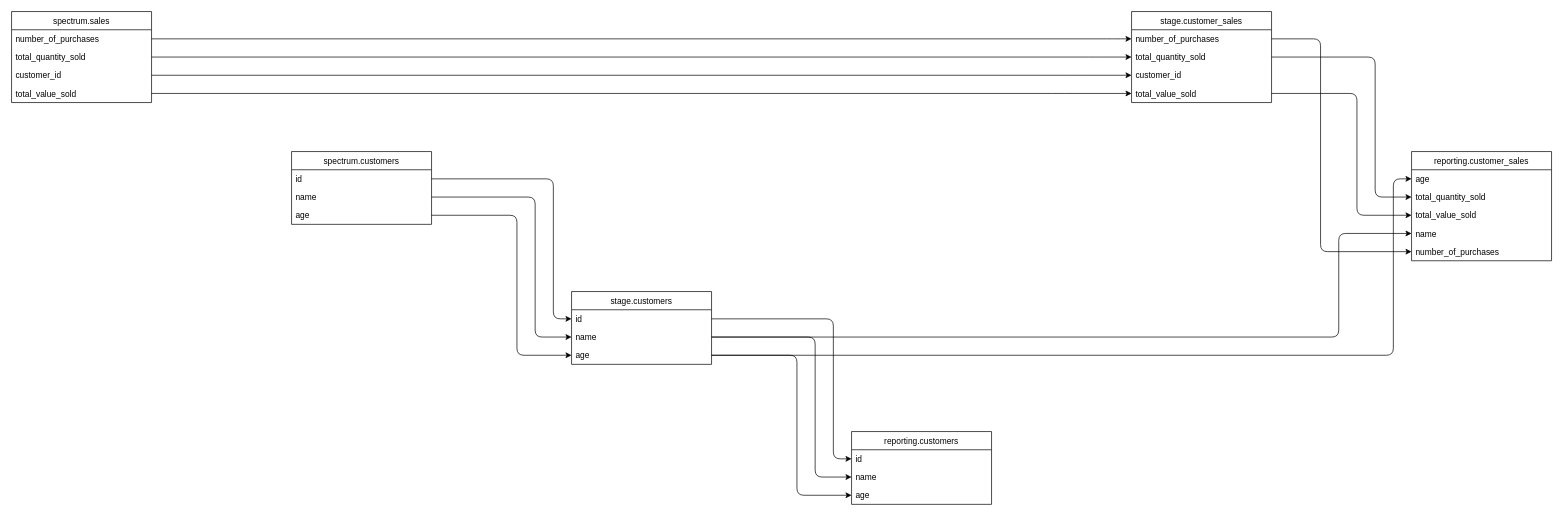
domherriott/sqlinks keeps this draw.io diagram as outputs/output.drawio. Above is the earlier version. Source tidied: cells renumbered, new cells numbered last; positions are measured from the earlier drawing's top-left corner, leaving out a move shared by most shapes. Both pictures are drawn from the tidied source at 70%, with x=0, y=0 at pixel (11, 11).
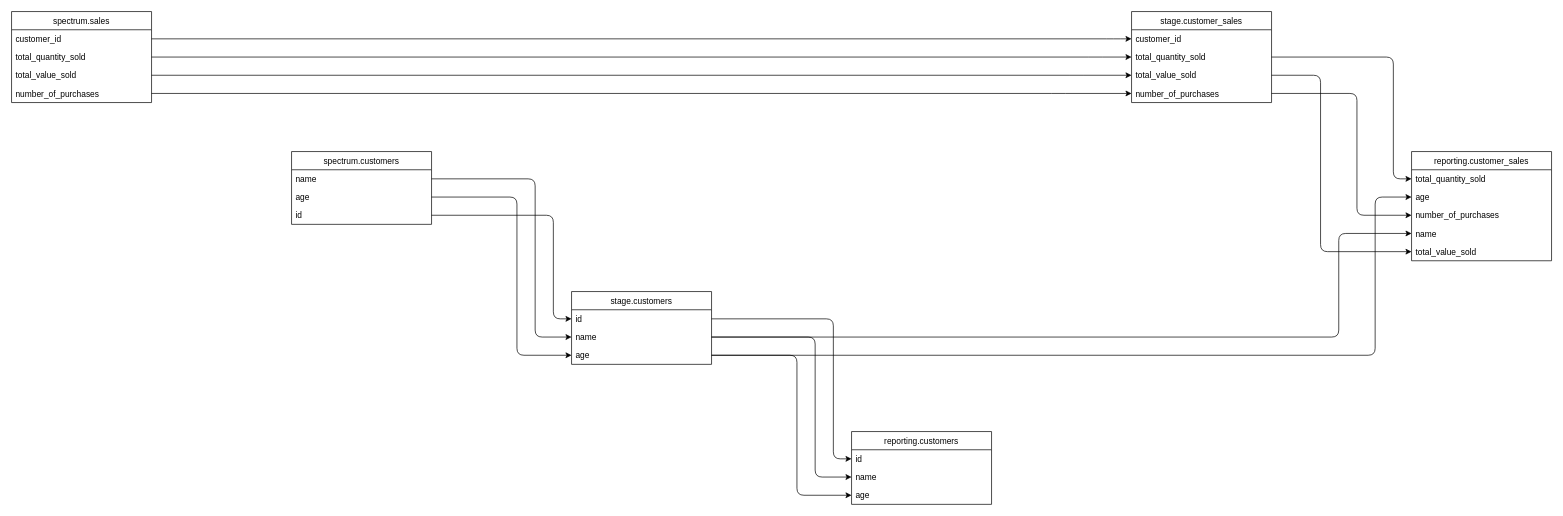
Above is the later version.

The change refers to these unchanged cells:
```xml
<mxCell id="10" value="id" style="text;strokeColor=none;fillColor=none;align=left;verticalAlign=top;spacingLeft=4;spacingRight=4;overflow=hidden;points=[[0,0.5],[1,0.5]];portConstraint=eastwest;" parent="9" vertex="1">
  <mxGeometry y="26" width="200" height="26" as="geometry" />
</mxCell>
<mxCell id="12" value="name" style="text;strokeColor=none;fillColor=none;align=left;verticalAlign=top;spacingLeft=4;spacingRight=4;overflow=hidden;points=[[0,0.5],[1,0.5]];portConstraint=eastwest;" parent="9" vertex="1">
  <mxGeometry y="52" width="200" height="26" as="geometry" />
</mxCell>
<mxCell id="14" value="age" style="text;strokeColor=none;fillColor=none;align=left;verticalAlign=top;spacingLeft=4;spacingRight=4;overflow=hidden;points=[[0,0.5],[1,0.5]];portConstraint=eastwest;" parent="9" vertex="1">
  <mxGeometry y="78" width="200" height="26" as="geometry" />
</mxCell>
<mxCell id="16" value="stage.customer_sales" style="swimlane;fontStyle=0;horizontal=1;startSize=26;fillColor=none;" parent="1" vertex="1">
  <mxGeometry x="1600" width="200" height="130" as="geometry" />
</mxCell>
<mxCell id="19" value="total_quantity_sold" style="text;strokeColor=none;fillColor=none;align=left;verticalAlign=top;spacingLeft=4;spacingRight=4;overflow=hidden;points=[[0,0.5],[1,0.5]];portConstraint=eastwest;" parent="16" vertex="1">
  <mxGeometry y="52" width="200" height="26" as="geometry" />
</mxCell>
<mxCell id="25" value="spectrum.sales" style="swimlane;fontStyle=0;horizontal=1;startSize=26;fillColor=none;" parent="1" vertex="1">
  <mxGeometry width="200" height="130" as="geometry" />
</mxCell>
<mxCell id="30" value="spectrum.customers" style="swimlane;fontStyle=0;horizontal=1;startSize=26;fillColor=none;" parent="1" vertex="1">
  <mxGeometry x="400" y="200" width="200" height="104" as="geometry" />
</mxCell>
<mxCell id="34" value="reporting.customer_sales" style="swimlane;fontStyle=0;horizontal=1;startSize=26;fillColor=none;" parent="1" vertex="1">
  <mxGeometry x="2000" y="200" width="200" height="156" as="geometry" />
</mxCell>
```

The edit, as a diff of the source:
```diff
@@
-    <mxCell id="11" style="edgeStyle=elbowEdgeStyle;elbow=horizontal;endArrow=classic;html=1;exitX=1;exitY=0.5;exitDx=0;exitDy=0;entryX=0;entryY=0.5;entryDx=0;entryDy=0;" parent="1" edge="1" source="31" target="10">
+    <mxCell id="11" style="edgeStyle=elbowEdgeStyle;elbow=horizontal;endArrow=classic;html=1;exitX=1;exitY=0.5;exitDx=0;exitDy=0;entryX=0;entryY=0.5;entryDx=0;entryDy=0;" parent="1" edge="1" source="33" target="10">
       <mxGeometry relative="1" as="geometry">
         <Array as="points">
           <mxPoint x="774" y="426" />
         </Array>
       </mxGeometry>
     </mxCell>
@@
-    <mxCell id="13" style="edgeStyle=elbowEdgeStyle;elbow=horizontal;endArrow=classic;html=1;exitX=1;exitY=0.5;exitDx=0;exitDy=0;entryX=0;entryY=0.5;entryDx=0;entryDy=0;" parent="1" edge="1" source="32" target="12">
+    <mxCell id="13" style="edgeStyle=elbowEdgeStyle;elbow=horizontal;endArrow=classic;html=1;exitX=1;exitY=0.5;exitDx=0;exitDy=0;entryX=0;entryY=0.5;entryDx=0;entryDy=0;" parent="1" edge="1" source="31" target="12">
       <mxGeometry relative="1" as="geometry">
         <Array as="points">
           <mxPoint x="748" y="452" />
         </Array>
       </mxGeometry>
     </mxCell>
@@
-    <mxCell id="15" style="edgeStyle=elbowEdgeStyle;elbow=horizontal;endArrow=classic;html=1;exitX=1;exitY=0.5;exitDx=0;exitDy=0;entryX=0;entryY=0.5;entryDx=0;entryDy=0;" parent="1" edge="1" source="33" target="14">
+    <mxCell id="15" style="edgeStyle=elbowEdgeStyle;elbow=horizontal;endArrow=classic;html=1;exitX=1;exitY=0.5;exitDx=0;exitDy=0;entryX=0;entryY=0.5;entryDx=0;entryDy=0;" parent="1" edge="1" source="32" target="14">
       <mxGeometry relative="1" as="geometry">
         <Array as="points">
           <mxPoint x="722" y="478" />
         </Array>
       </mxGeometry>
     </mxCell>
@@
-    <mxCell id="17" value="number_of_purchases" style="text;strokeColor=none;fillColor=none;align=left;verticalAlign=top;spacingLeft=4;spacingRight=4;overflow=hidden;points=[[0,0.5],[1,0.5]];portConstraint=eastwest;" parent="16" vertex="1">
+    <mxCell id="17" value="customer_id" style="text;strokeColor=none;fillColor=none;align=left;verticalAlign=top;spacingLeft=4;spacingRight=4;overflow=hidden;points=[[0,0.5],[1,0.5]];portConstraint=eastwest;" parent="16" vertex="1">
       <mxGeometry y="26" width="200" height="26" as="geometry" />
     </mxCell>
@@
-    <mxCell id="21" value="customer_id" style="text;strokeColor=none;fillColor=none;align=left;verticalAlign=top;spacingLeft=4;spacingRight=4;overflow=hidden;points=[[0,0.5],[1,0.5]];portConstraint=eastwest;" parent="16" vertex="1">
+    <mxCell id="21" value="total_value_sold" style="text;strokeColor=none;fillColor=none;align=left;verticalAlign=top;spacingLeft=4;spacingRight=4;overflow=hidden;points=[[0,0.5],[1,0.5]];portConstraint=eastwest;" parent="16" vertex="1">
       <mxGeometry y="78" width="200" height="26" as="geometry" />
     </mxCell>
@@
-    <mxCell id="23" value="total_value_sold" style="text;strokeColor=none;fillColor=none;align=left;verticalAlign=top;spacingLeft=4;spacingRight=4;overflow=hidden;points=[[0,0.5],[1,0.5]];portConstraint=eastwest;" parent="16" vertex="1">
+    <mxCell id="23" value="number_of_purchases" style="text;strokeColor=none;fillColor=none;align=left;verticalAlign=top;spacingLeft=4;spacingRight=4;overflow=hidden;points=[[0,0.5],[1,0.5]];portConstraint=eastwest;" parent="16" vertex="1">
       <mxGeometry y="104" width="200" height="26" as="geometry" />
     </mxCell>
@@
-    <mxCell id="26" value="number_of_purchases" style="text;strokeColor=none;fillColor=none;align=left;verticalAlign=top;spacingLeft=4;spacingRight=4;overflow=hidden;points=[[0,0.5],[1,0.5]];portConstraint=eastwest;" parent="25" vertex="1">
+    <mxCell id="26" value="customer_id" style="text;strokeColor=none;fillColor=none;align=left;verticalAlign=top;spacingLeft=4;spacingRight=4;overflow=hidden;points=[[0,0.5],[1,0.5]];portConstraint=eastwest;" parent="25" vertex="1">
       <mxGeometry y="26" width="200" height="26" as="geometry" />
     </mxCell>
@@
-    <mxCell id="28" value="customer_id" style="text;strokeColor=none;fillColor=none;align=left;verticalAlign=top;spacingLeft=4;spacingRight=4;overflow=hidden;points=[[0,0.5],[1,0.5]];portConstraint=eastwest;" parent="25" vertex="1">
+    <mxCell id="28" value="total_value_sold" style="text;strokeColor=none;fillColor=none;align=left;verticalAlign=top;spacingLeft=4;spacingRight=4;overflow=hidden;points=[[0,0.5],[1,0.5]];portConstraint=eastwest;" parent="25" vertex="1">
       <mxGeometry y="78" width="200" height="26" as="geometry" />
     </mxCell>
-    <mxCell id="29" value="total_value_sold" style="text;strokeColor=none;fillColor=none;align=left;verticalAlign=top;spacingLeft=4;spacingRight=4;overflow=hidden;points=[[0,0.5],[1,0.5]];portConstraint=eastwest;" parent="25" vertex="1">
+    <mxCell id="29" value="number_of_purchases" style="text;strokeColor=none;fillColor=none;align=left;verticalAlign=top;spacingLeft=4;spacingRight=4;overflow=hidden;points=[[0,0.5],[1,0.5]];portConstraint=eastwest;" parent="25" vertex="1">
       <mxGeometry y="104" width="200" height="26" as="geometry" />
     </mxCell>
@@
-    <mxCell id="31" value="id" style="text;strokeColor=none;fillColor=none;align=left;verticalAlign=top;spacingLeft=4;spacingRight=4;overflow=hidden;points=[[0,0.5],[1,0.5]];portConstraint=eastwest;" parent="30" vertex="1">
+    <mxCell id="31" value="name" style="text;strokeColor=none;fillColor=none;align=left;verticalAlign=top;spacingLeft=4;spacingRight=4;overflow=hidden;points=[[0,0.5],[1,0.5]];portConstraint=eastwest;" parent="30" vertex="1">
       <mxGeometry y="26" width="200" height="26" as="geometry" />
     </mxCell>
-    <mxCell id="32" value="name" style="text;strokeColor=none;fillColor=none;align=left;verticalAlign=top;spacingLeft=4;spacingRight=4;overflow=hidden;points=[[0,0.5],[1,0.5]];portConstraint=eastwest;" parent="30" vertex="1">
+    <mxCell id="32" value="age" style="text;strokeColor=none;fillColor=none;align=left;verticalAlign=top;spacingLeft=4;spacingRight=4;overflow=hidden;points=[[0,0.5],[1,0.5]];portConstraint=eastwest;" parent="30" vertex="1">
       <mxGeometry y="52" width="200" height="26" as="geometry" />
     </mxCell>
-    <mxCell id="33" value="age" style="text;strokeColor=none;fillColor=none;align=left;verticalAlign=top;spacingLeft=4;spacingRight=4;overflow=hidden;points=[[0,0.5],[1,0.5]];portConstraint=eastwest;" parent="30" vertex="1">
+    <mxCell id="33" value="id" style="text;strokeColor=none;fillColor=none;align=left;verticalAlign=top;spacingLeft=4;spacingRight=4;overflow=hidden;points=[[0,0.5],[1,0.5]];portConstraint=eastwest;" parent="30" vertex="1">
       <mxGeometry y="78" width="200" height="26" as="geometry" />
     </mxCell>
@@
-    <mxCell id="35" value="age" style="text;strokeColor=none;fillColor=none;align=left;verticalAlign=top;spacingLeft=4;spacingRight=4;overflow=hidden;points=[[0,0.5],[1,0.5]];portConstraint=eastwest;" parent="34" vertex="1">
+    <mxCell id="35" value="total_quantity_sold" style="text;strokeColor=none;fillColor=none;align=left;verticalAlign=top;spacingLeft=4;spacingRight=4;overflow=hidden;points=[[0,0.5],[1,0.5]];portConstraint=eastwest;" parent="34" vertex="1">
       <mxGeometry y="26" width="200" height="26" as="geometry" />
     </mxCell>
-    <mxCell id="36" style="edgeStyle=elbowEdgeStyle;elbow=horizontal;endArrow=classic;html=1;exitX=1;exitY=0.5;exitDx=0;exitDy=0;entryX=0;entryY=0.5;entryDx=0;entryDy=0;" parent="1" edge="1" source="14" target="35">
+    <mxCell id="36" style="edgeStyle=elbowEdgeStyle;elbow=horizontal;endArrow=classic;html=1;exitX=1;exitY=0.5;exitDx=0;exitDy=0;entryX=0;entryY=0.5;entryDx=0;entryDy=0;" parent="1" edge="1" source="19" target="35">
       <mxGeometry relative="1" as="geometry">
         <Array as="points">
           <mxPoint x="1974" y="226" />
         </Array>
       </mxGeometry>
     </mxCell>
-    <mxCell id="37" value="total_quantity_sold" style="text;strokeColor=none;fillColor=none;align=left;verticalAlign=top;spacingLeft=4;spacingRight=4;overflow=hidden;points=[[0,0.5],[1,0.5]];portConstraint=eastwest;" parent="34" vertex="1">
+    <mxCell id="37" value="age" style="text;strokeColor=none;fillColor=none;align=left;verticalAlign=top;spacingLeft=4;spacingRight=4;overflow=hidden;points=[[0,0.5],[1,0.5]];portConstraint=eastwest;" parent="34" vertex="1">
       <mxGeometry y="52" width="200" height="26" as="geometry" />
     </mxCell>
-    <mxCell id="38" style="edgeStyle=elbowEdgeStyle;elbow=horizontal;endArrow=classic;html=1;exitX=1;exitY=0.5;exitDx=0;exitDy=0;entryX=0;entryY=0.5;entryDx=0;entryDy=0;" parent="1" edge="1" source="19" target="37">
+    <mxCell id="38" style="edgeStyle=elbowEdgeStyle;elbow=horizontal;endArrow=classic;html=1;exitX=1;exitY=0.5;exitDx=0;exitDy=0;entryX=0;entryY=0.5;entryDx=0;entryDy=0;" parent="1" edge="1" source="14" target="37">
       <mxGeometry relative="1" as="geometry">
         <Array as="points">
           <mxPoint x="1948" y="252" />
         </Array>
       </mxGeometry>
     </mxCell>
-    <mxCell id="39" value="total_value_sold" style="text;strokeColor=none;fillColor=none;align=left;verticalAlign=top;spacingLeft=4;spacingRight=4;overflow=hidden;points=[[0,0.5],[1,0.5]];portConstraint=eastwest;" parent="34" vertex="1">
+    <mxCell id="39" value="number_of_purchases" style="text;strokeColor=none;fillColor=none;align=left;verticalAlign=top;spacingLeft=4;spacingRight=4;overflow=hidden;points=[[0,0.5],[1,0.5]];portConstraint=eastwest;" parent="34" vertex="1">
       <mxGeometry y="78" width="200" height="26" as="geometry" />
     </mxCell>
@@
-    <mxCell id="43" value="number_of_purchases" style="text;strokeColor=none;fillColor=none;align=left;verticalAlign=top;spacingLeft=4;spacingRight=4;overflow=hidden;points=[[0,0.5],[1,0.5]];portConstraint=eastwest;" parent="34" vertex="1">
+    <mxCell id="43" value="total_value_sold" style="text;strokeColor=none;fillColor=none;align=left;verticalAlign=top;spacingLeft=4;spacingRight=4;overflow=hidden;points=[[0,0.5],[1,0.5]];portConstraint=eastwest;" parent="34" vertex="1">
       <mxGeometry y="130" width="200" height="26" as="geometry" />
     </mxCell>
-    <mxCell id="44" style="edgeStyle=elbowEdgeStyle;elbow=horizontal;endArrow=classic;html=1;exitX=1;exitY=0.5;exitDx=0;exitDy=0;entryX=0;entryY=0.5;entryDx=0;entryDy=0;" parent="1" edge="1" source="17" target="43">
+    <mxCell id="44" style="edgeStyle=elbowEdgeStyle;elbow=horizontal;endArrow=classic;html=1;exitX=1;exitY=0.5;exitDx=0;exitDy=0;entryX=0;entryY=0.5;entryDx=0;entryDy=0;" parent="1" edge="1" source="21" target="43">
       <mxGeometry relative="1" as="geometry">
         <Array as="points">
           <mxPoint x="1870" y="330" />
         </Array>
       </mxGeometry>
     </mxCell>
```
